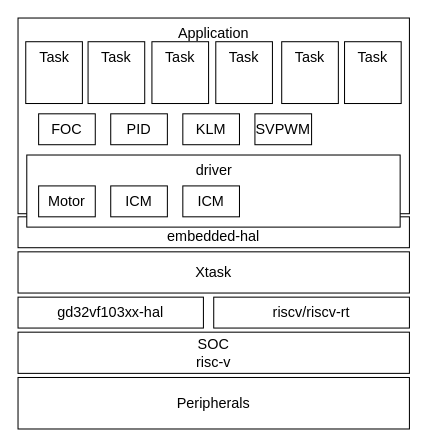
Above: doc/degin.dio in gqf2008/Xpilot (draw.io), before the change. Source tidied: cells renumbered, new cells numbered last; positions are measured from the earlier drawing's top-left corner, leaving out a move shared by most shapes. Both pictures are drawn from the tidied source at 103%, with x=0, y=0 at pixel (18, 18).
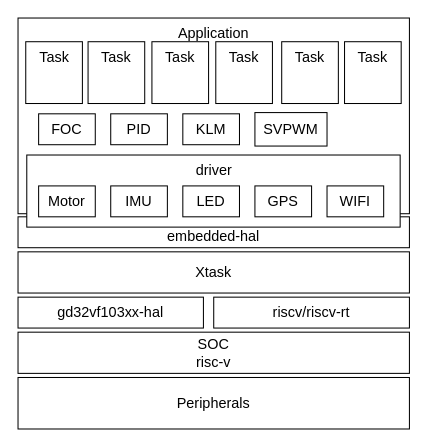
The same diagram, later.

The edit, as a diff of the source:
```diff
@@
-    <mxCell id="12" value="SVPWM" style="rounded=0;whiteSpace=wrap;html=1;fontSize=14;" parent="1" vertex="1">
-      <mxGeometry x="230" y="93" width="55" height="30" as="geometry" />
+    <mxCell id="12" value="SVPWM" style="rounded=0;whiteSpace=wrap;html=1;fontSize=14;direction=south;" parent="1" vertex="1">
+      <mxGeometry x="230" y="91.8" width="70" height="32.5" as="geometry" />
     </mxCell>
@@
-    <mxCell id="14" value="ICM" style="rounded=0;whiteSpace=wrap;html=1;fontSize=14;" parent="1" vertex="1">
+    <mxCell id="14" value="IMU" style="rounded=0;whiteSpace=wrap;html=1;fontSize=14;" parent="1" vertex="1">
       <mxGeometry x="90" y="163" width="55" height="30" as="geometry" />
     </mxCell>
@@
-    <mxCell id="22" value="ICM" style="rounded=0;whiteSpace=wrap;html=1;fontSize=14;" parent="1" vertex="1">
+    <mxCell id="22" value="LED" style="rounded=0;whiteSpace=wrap;html=1;fontSize=14;" parent="1" vertex="1">
       <mxGeometry x="160" y="163" width="55" height="30" as="geometry" />
     </mxCell>
+    <mxCell id="23" value="GPS" style="rounded=0;whiteSpace=wrap;html=1;fontSize=14;" parent="1" vertex="1">
+      <mxGeometry x="230" y="163" width="55" height="30" as="geometry" />
+    </mxCell>
+    <mxCell id="24" value="WIFI" style="rounded=0;whiteSpace=wrap;html=1;fontSize=14;" parent="1" vertex="1">
+      <mxGeometry x="300" y="163" width="55" height="30" as="geometry" />
+    </mxCell>
```
